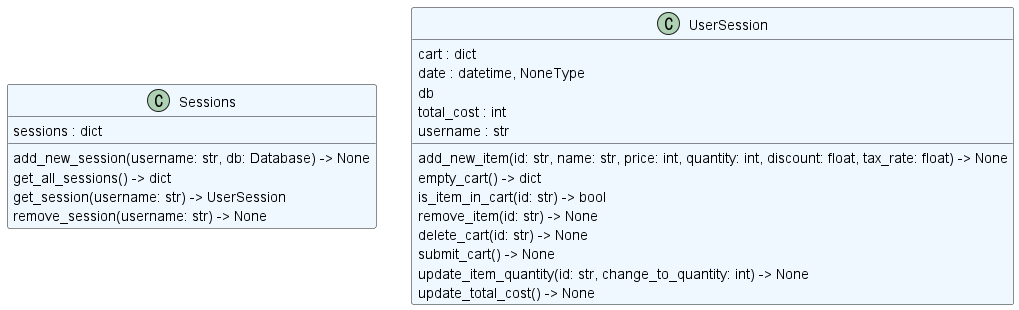
The PlantUML diagram docs/diagrams/system/core_classes.png in michelleh00/onlineStoreTemplate, before a commit. Source of this version:
```plantuml
@startuml classes
set namespaceSeparator none
class "Sessions" as store.core.session.Sessions #aliceblue {
  sessions : dict
  add_new_session(username: str, db: Database) -> None
  get_all_sessions() -> dict
  get_session(username: str) -> UserSession
  remove_session(username: str) -> None
}
class "UserSession" as store.core.session.UserSession #aliceblue {
  cart : dict
  date : datetime, NoneType
  db
  total_cost : int
  username : str
  add_new_item(id: str, name: str, price: int, quantity: int, discount: float, tax_rate: float) -> None
  empty_cart() -> dict
  is_item_in_cart(id: str) -> bool
  remove_item(id: str) -> None
  delete_cart(id: str) -> None
  submit_cart() -> None
  update_item_quantity(id: str, change_to_quantity: int) -> None
  update_total_cost() -> None
}
@enduml
```
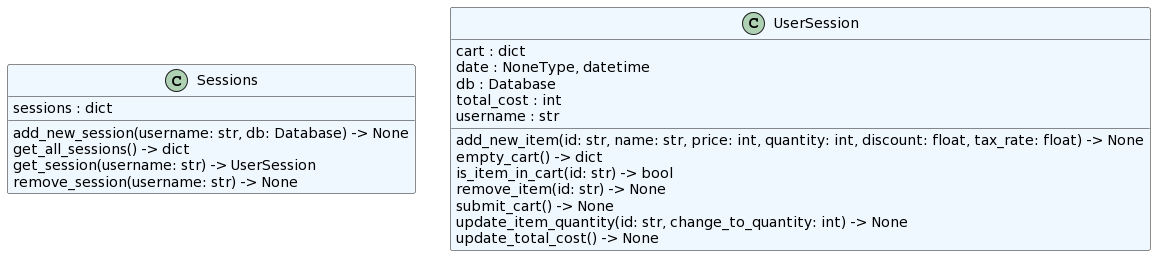
Above is the later version.

Commit message:
p2/Task1/Core

What changed in the source:
```diff
@@ -1,23 +1,22 @@
-@startuml classes
+@startuml
 set namespaceSeparator none
-class "Sessions" as store.core.session.Sessions #aliceblue {
+class "Sessions" as core.session.Sessions #aliceblue {
   sessions : dict
   add_new_session(username: str, db: Database) -> None
   get_all_sessions() -> dict
   get_session(username: str) -> UserSession
   remove_session(username: str) -> None
 }
-class "UserSession" as store.core.session.UserSession #aliceblue {
+class "UserSession" as core.session.UserSession #aliceblue {
   cart : dict
-  date : datetime, NoneType
-  db
+  date : NoneType, datetime
+  db : Database
   total_cost : int
   username : str
   add_new_item(id: str, name: str, price: int, quantity: int, discount: float, tax_rate: float) -> None
   empty_cart() -> dict
   is_item_in_cart(id: str) -> bool
   remove_item(id: str) -> None
-  delete_cart(id: str) -> None
   submit_cart() -> None
   update_item_quantity(id: str, change_to_quantity: int) -> None
   update_total_cost() -> None
```
